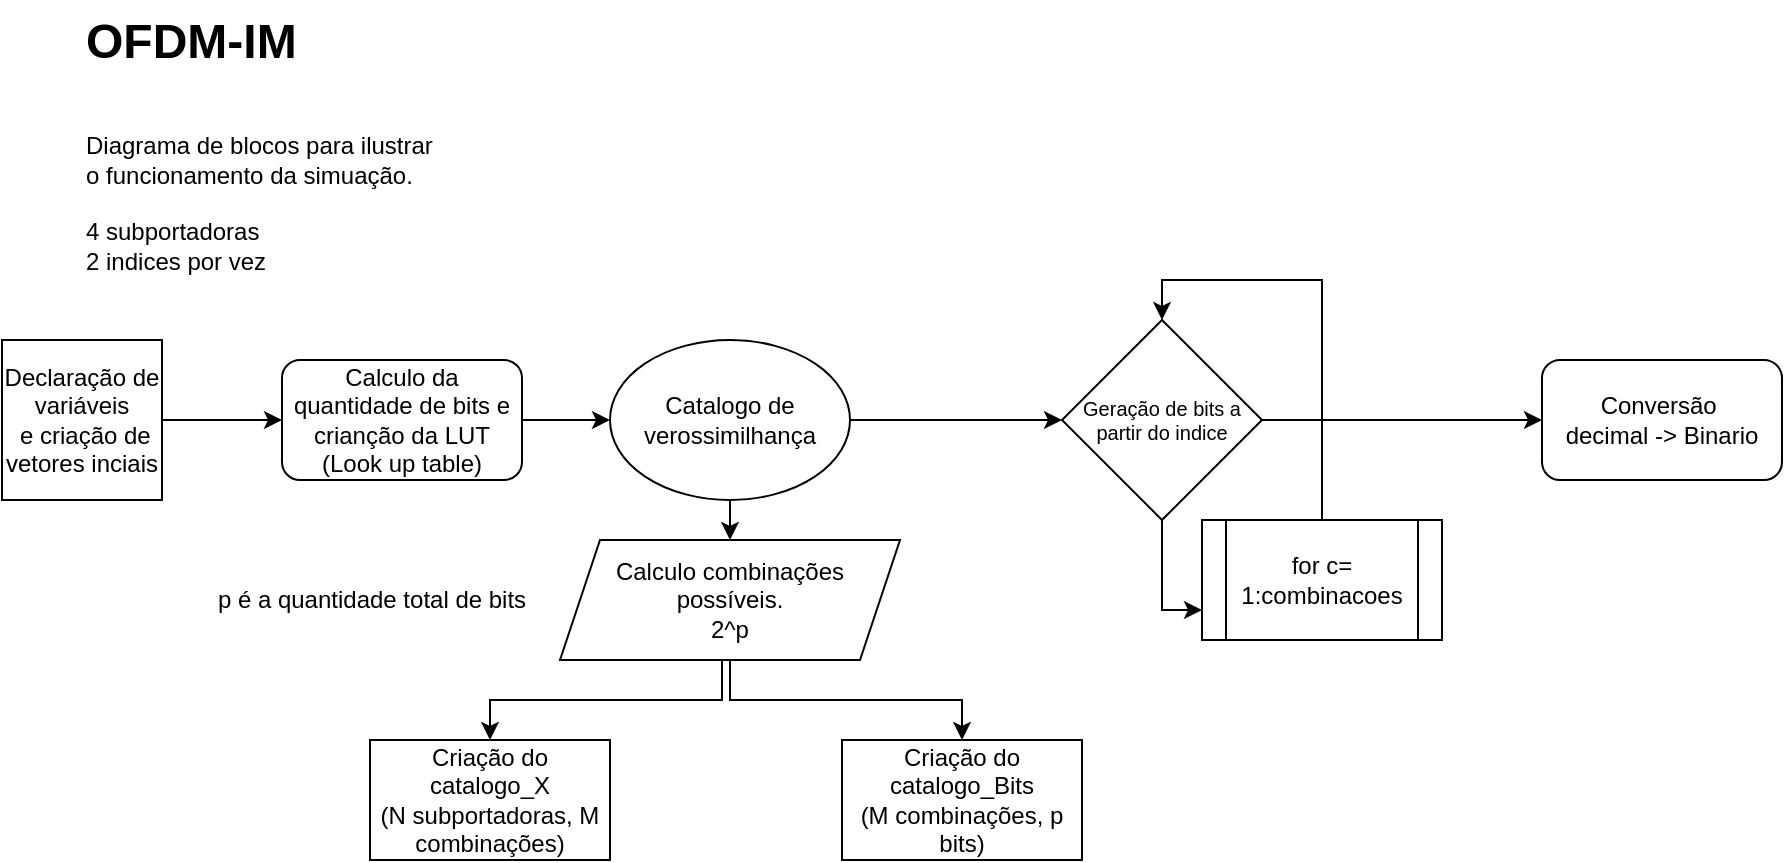
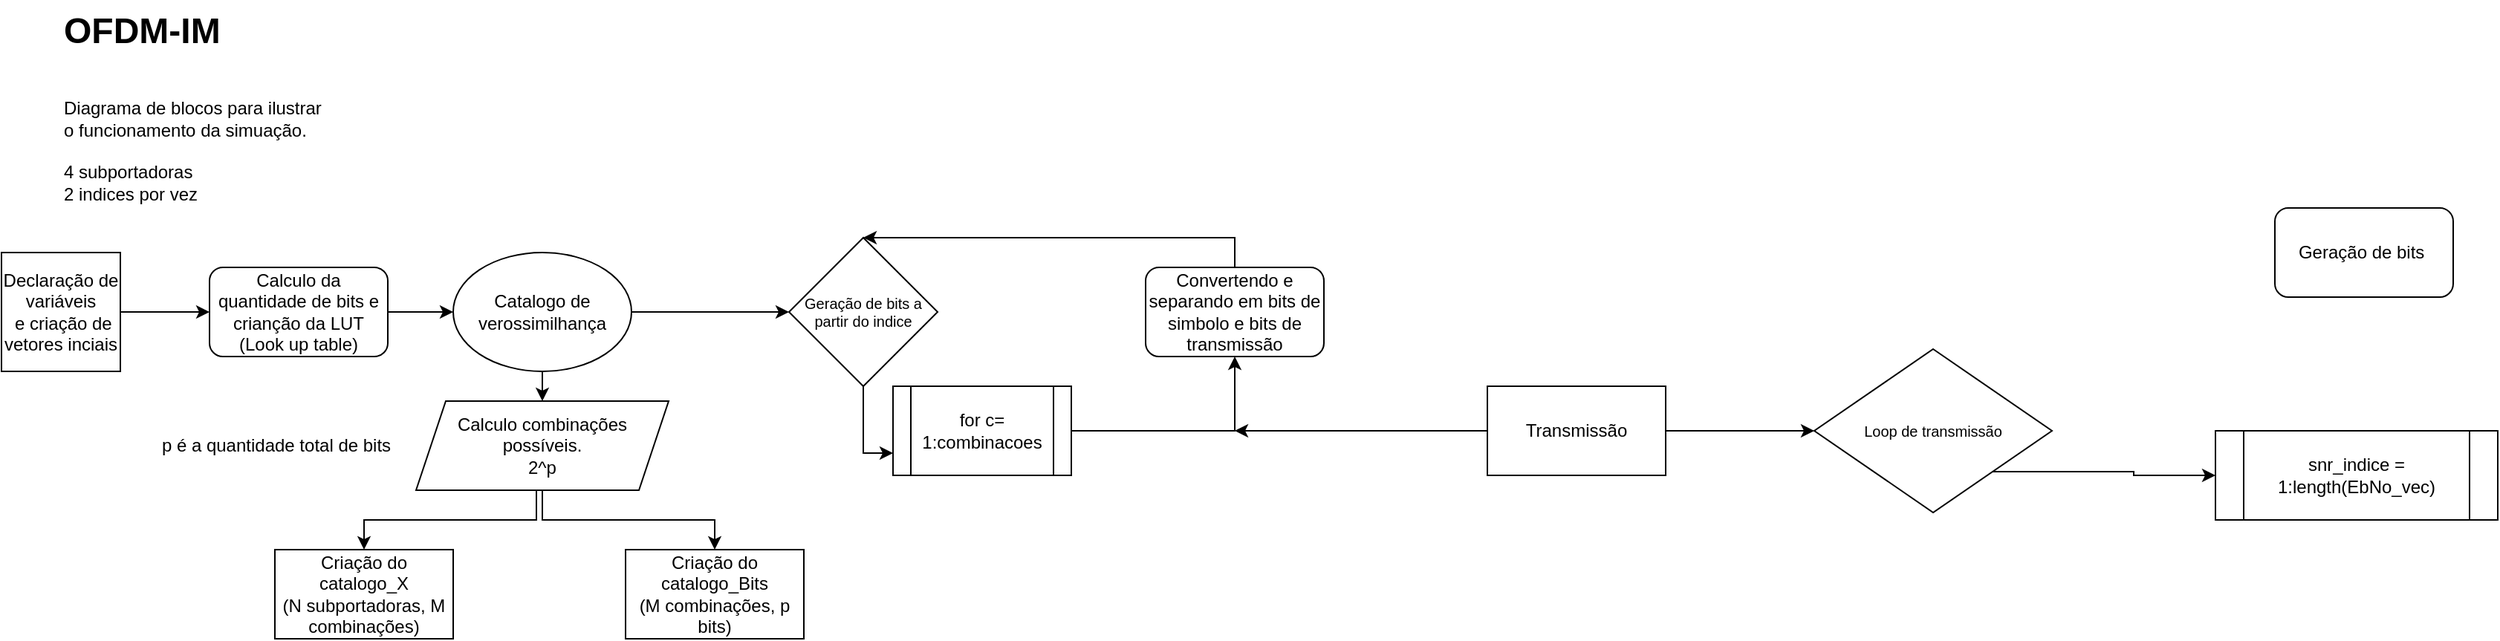
<mxfile host="Electron">
  <diagram name="Página-1" id="eY1vJN1nuY_pxmx5svwu">
-     <mxGraphModel dx="748" dy="477" grid="1" gridSize="10" guides="1" tooltips="1" connect="1" arrows="1" fold="1" page="1" pageScale="1" pageWidth="827" pageHeight="1169" math="0" shadow="0">
+     <mxGraphModel dx="905" dy="578" grid="1" gridSize="10" guides="1" tooltips="1" connect="1" arrows="1" fold="1" page="1" pageScale="1" pageWidth="900" pageHeight="1600" background="none" math="0" shadow="0">
      <root>
        <mxCell id="0" />
        <mxCell id="1" parent="0" />
        <mxCell id="REgwk8I1DM6G501pFP4I-1" parent="1" style="text;html=1;whiteSpace=wrap;overflow=hidden;rounded=0;" value="&lt;h1 style=&quot;margin-top: 0px;&quot;&gt;OFDM-IM&lt;/h1&gt;&lt;div&gt;&lt;br&gt;&lt;/div&gt;&lt;div&gt;Diagrama de blocos para ilustrar o funcionamento da simuação.&lt;br&gt;&lt;br&gt;4 subportadoras&lt;br&gt;2 indices por vez&lt;/div&gt;&lt;div&gt;&lt;br&gt;&lt;/div&gt;" vertex="1">
          <mxGeometry height="140" width="180" x="90" y="30" as="geometry" />
        </mxCell>
        <mxCell id="REgwk8I1DM6G501pFP4I-4" edge="1" parent="1" source="REgwk8I1DM6G501pFP4I-2" style="edgeStyle=orthogonalEdgeStyle;rounded=0;orthogonalLoop=1;jettySize=auto;html=1;entryX=0;entryY=0.5;entryDx=0;entryDy=0;" target="REgwk8I1DM6G501pFP4I-3">
          <mxGeometry relative="1" as="geometry" />
        </mxCell>
        <mxCell id="REgwk8I1DM6G501pFP4I-2" parent="1" style="whiteSpace=wrap;html=1;aspect=fixed;" value="Declaração de variáveis&lt;div&gt;&amp;nbsp;e criação de vetores inciais&lt;/div&gt;" vertex="1">
          <mxGeometry height="80" width="80" x="50" y="200" as="geometry" />
        </mxCell>
        <mxCell id="REgwk8I1DM6G501pFP4I-7" edge="1" parent="1" source="REgwk8I1DM6G501pFP4I-3" style="edgeStyle=orthogonalEdgeStyle;rounded=0;orthogonalLoop=1;jettySize=auto;html=1;entryX=0;entryY=0.5;entryDx=0;entryDy=0;" target="REgwk8I1DM6G501pFP4I-6">
          <mxGeometry relative="1" as="geometry" />
        </mxCell>
        <mxCell id="REgwk8I1DM6G501pFP4I-3" parent="1" style="rounded=1;whiteSpace=wrap;html=1;" value="Calculo da quantidade de bits e crianção da LUT (Look up table)" vertex="1">
          <mxGeometry height="60" width="120" x="190" y="210" as="geometry" />
        </mxCell>
        <mxCell id="REgwk8I1DM6G501pFP4I-10" edge="1" parent="1" source="REgwk8I1DM6G501pFP4I-6" style="edgeStyle=orthogonalEdgeStyle;rounded=0;orthogonalLoop=1;jettySize=auto;html=1;exitX=0.5;exitY=1;exitDx=0;exitDy=0;entryX=0.5;entryY=0;entryDx=0;entryDy=0;" target="REgwk8I1DM6G501pFP4I-9">
          <mxGeometry relative="1" as="geometry" />
        </mxCell>
        <mxCell id="YqNRsOfDPfKgCAsKnELr-10" edge="1" parent="1" source="REgwk8I1DM6G501pFP4I-6" style="edgeStyle=orthogonalEdgeStyle;rounded=0;orthogonalLoop=1;jettySize=auto;html=1;entryX=0;entryY=0.5;entryDx=0;entryDy=0;" target="YqNRsOfDPfKgCAsKnELr-5">
          <mxGeometry relative="1" as="geometry" />
        </mxCell>
        <mxCell id="REgwk8I1DM6G501pFP4I-6" parent="1" style="ellipse;whiteSpace=wrap;html=1;" value="Catalogo de verossimilhança" vertex="1">
          <mxGeometry height="80" width="120" x="354" y="200" as="geometry" />
        </mxCell>
        <mxCell id="YqNRsOfDPfKgCAsKnELr-3" edge="1" parent="1" source="REgwk8I1DM6G501pFP4I-9" style="edgeStyle=orthogonalEdgeStyle;rounded=0;orthogonalLoop=1;jettySize=auto;html=1;entryX=0.5;entryY=0;entryDx=0;entryDy=0;" target="YqNRsOfDPfKgCAsKnELr-1">
          <mxGeometry relative="1" as="geometry">
            <Array as="points">
              <mxPoint x="410" y="380" />
              <mxPoint x="294" y="380" />
            </Array>
          </mxGeometry>
        </mxCell>
        <mxCell id="YqNRsOfDPfKgCAsKnELr-4" edge="1" parent="1" source="REgwk8I1DM6G501pFP4I-9" style="edgeStyle=orthogonalEdgeStyle;rounded=0;orthogonalLoop=1;jettySize=auto;html=1;entryX=0.5;entryY=0;entryDx=0;entryDy=0;" target="YqNRsOfDPfKgCAsKnELr-2">
          <mxGeometry relative="1" as="geometry" />
        </mxCell>
        <mxCell id="REgwk8I1DM6G501pFP4I-9" parent="1" style="shape=parallelogram;perimeter=parallelogramPerimeter;whiteSpace=wrap;html=1;fixedSize=1;" value="Calculo combinações possíveis.&lt;br&gt;2^p" vertex="1">
          <mxGeometry height="60" width="170" x="329" y="300" as="geometry" />
        </mxCell>
        <mxCell id="REgwk8I1DM6G501pFP4I-13" parent="1" style="text;html=1;whiteSpace=wrap;strokeColor=none;fillColor=none;align=center;verticalAlign=middle;rounded=0;" value="p é a quantidade total de bits" vertex="1">
          <mxGeometry height="90" width="190" x="140" y="285" as="geometry" />
        </mxCell>
        <mxCell id="YqNRsOfDPfKgCAsKnELr-1" parent="1" style="rounded=0;whiteSpace=wrap;html=1;" value="Criação do catalogo_X&lt;br&gt;(N subportadoras, M combinações)" vertex="1">
          <mxGeometry height="60" width="120" x="234" y="400" as="geometry" />
        </mxCell>
        <mxCell id="YqNRsOfDPfKgCAsKnELr-2" parent="1" style="rounded=0;whiteSpace=wrap;html=1;" value="Criação do catalogo_Bits&lt;br&gt;(M combinações, p bits)" vertex="1">
          <mxGeometry height="60" width="120" x="470" y="400" as="geometry" />
        </mxCell>
-         <mxCell id="YqNRsOfDPfKgCAsKnELr-9" edge="1" parent="1" source="YqNRsOfDPfKgCAsKnELr-5" style="edgeStyle=orthogonalEdgeStyle;rounded=0;orthogonalLoop=1;jettySize=auto;html=1;">
-           <mxGeometry relative="1" as="geometry">
-             <mxPoint x="820" y="240" as="targetPoint" />
-           </mxGeometry>
-         </mxCell>
        <mxCell id="YqNRsOfDPfKgCAsKnELr-12" edge="1" parent="1" source="YqNRsOfDPfKgCAsKnELr-5" style="edgeStyle=orthogonalEdgeStyle;rounded=0;orthogonalLoop=1;jettySize=auto;html=1;entryX=0;entryY=0.75;entryDx=0;entryDy=0;" target="YqNRsOfDPfKgCAsKnELr-11">
          <mxGeometry relative="1" as="geometry">
            <mxPoint x="630" y="340" as="targetPoint" />
          </mxGeometry>
        </mxCell>
        <mxCell id="YqNRsOfDPfKgCAsKnELr-5" parent="1" style="rhombus;whiteSpace=wrap;html=1;fontSize=10;" value="Geração de bits a partir do indice" vertex="1">
          <mxGeometry height="100" width="100" x="580" y="190" as="geometry" />
        </mxCell>
        <mxCell id="YqNRsOfDPfKgCAsKnELr-7" edge="1" parent="1" source="YqNRsOfDPfKgCAsKnELr-5" style="edgeStyle=elbowEdgeStyle;rounded=0;orthogonalLoop=1;jettySize=auto;html=1;entryX=0.5;entryY=1;entryDx=0;entryDy=0;elbow=vertical;" target="YqNRsOfDPfKgCAsKnELr-5">
          <mxGeometry relative="1" as="geometry" />
        </mxCell>
-         <mxCell id="YqNRsOfDPfKgCAsKnELr-13" edge="1" parent="1" source="YqNRsOfDPfKgCAsKnELr-11" style="edgeStyle=orthogonalEdgeStyle;rounded=0;orthogonalLoop=1;jettySize=auto;html=1;entryX=0.5;entryY=0;entryDx=0;entryDy=0;" target="YqNRsOfDPfKgCAsKnELr-5">
+         <mxCell id="YqNRsOfDPfKgCAsKnELr-13" edge="1" parent="1" source="YqNRsOfDPfKgCAsKnELr-11" style="edgeStyle=orthogonalEdgeStyle;rounded=0;orthogonalLoop=1;jettySize=auto;html=1;entryX=0.5;entryY=1;entryDx=0;entryDy=0;" target="dw-ihd1jp6fGiwDdFZZ8-1">
          <mxGeometry relative="1" as="geometry" />
        </mxCell>
        <mxCell id="YqNRsOfDPfKgCAsKnELr-11" parent="1" style="shape=process;whiteSpace=wrap;html=1;backgroundOutline=1;" value="for c= 1:combinacoes" vertex="1">
          <mxGeometry height="60" width="120" x="650" y="290" as="geometry" />
        </mxCell>
-         <mxCell id="dw-ihd1jp6fGiwDdFZZ8-1" parent="1" style="rounded=1;whiteSpace=wrap;html=1;" value="Conversão&amp;nbsp;&lt;br&gt;decimal -&amp;gt; Binario" vertex="1">
+         <mxCell id="OyRS9MAFG74G7uk6nAhh-1" edge="1" parent="1" source="dw-ihd1jp6fGiwDdFZZ8-1" style="edgeStyle=orthogonalEdgeStyle;rounded=0;orthogonalLoop=1;jettySize=auto;html=1;entryX=0.5;entryY=0;entryDx=0;entryDy=0;exitX=0.5;exitY=0;exitDx=0;exitDy=0;" target="YqNRsOfDPfKgCAsKnELr-5">
+           <mxGeometry relative="1" as="geometry" />
+         </mxCell>
+         <mxCell id="dw-ihd1jp6fGiwDdFZZ8-1" parent="1" style="rounded=1;whiteSpace=wrap;html=1;" value="&lt;div&gt;Convertendo e separando em bits de simbolo e bits de transmissão&lt;/div&gt;" vertex="1">
          <mxGeometry height="60" width="120" x="820" y="210" as="geometry" />
+         </mxCell>
+         <mxCell id="OyRS9MAFG74G7uk6nAhh-3" edge="1" parent="1" source="OyRS9MAFG74G7uk6nAhh-2" style="edgeStyle=orthogonalEdgeStyle;rounded=0;orthogonalLoop=1;jettySize=auto;html=1;">
+           <mxGeometry relative="1" as="geometry">
+             <mxPoint x="880" y="320" as="targetPoint" />
+           </mxGeometry>
+         </mxCell>
+         <mxCell id="OyRS9MAFG74G7uk6nAhh-5" edge="1" parent="1" source="OyRS9MAFG74G7uk6nAhh-2" style="edgeStyle=orthogonalEdgeStyle;rounded=0;orthogonalLoop=1;jettySize=auto;html=1;entryX=0;entryY=0.5;entryDx=0;entryDy=0;" target="OyRS9MAFG74G7uk6nAhh-4">
+           <mxGeometry relative="1" as="geometry" />
+         </mxCell>
+         <mxCell id="OyRS9MAFG74G7uk6nAhh-2" parent="1" style="rounded=0;whiteSpace=wrap;html=1;" value="Transmissão" vertex="1">
+           <mxGeometry height="60" width="120" x="1050" y="290" as="geometry" />
+         </mxCell>
+         <mxCell id="OyRS9MAFG74G7uk6nAhh-8" edge="1" parent="1" source="OyRS9MAFG74G7uk6nAhh-4" style="edgeStyle=orthogonalEdgeStyle;rounded=0;orthogonalLoop=1;jettySize=auto;html=1;exitX=1;exitY=1;exitDx=0;exitDy=0;entryX=0;entryY=0.5;entryDx=0;entryDy=0;" target="OyRS9MAFG74G7uk6nAhh-7">
+           <mxGeometry relative="1" as="geometry" />
+         </mxCell>
+         <mxCell id="OyRS9MAFG74G7uk6nAhh-4" parent="1" style="rhombus;whiteSpace=wrap;html=1;fontSize=10;" value="&lt;div class=&quot;rtcContent&quot; style=&quot;padding: 30px; text-align: start;&quot;&gt;&lt;p style=&quot;&quot;&gt;Loop de transmissão&lt;/p&gt;&lt;/div&gt;" vertex="1">
+           <mxGeometry height="110" width="160" x="1270" y="265" as="geometry" />
+         </mxCell>
+         <mxCell id="OyRS9MAFG74G7uk6nAhh-7" parent="1" style="shape=process;whiteSpace=wrap;html=1;backgroundOutline=1;align=center;" value="&lt;div class=&quot;rtcContent&quot; style=&quot;padding: 30px;&quot;&gt;&lt;div class=&quot;lineNode&quot; style=&quot;&quot;&gt;snr_indice = 1:length(EbNo_vec)&lt;/div&gt;&lt;/div&gt;" vertex="1">
+           <mxGeometry height="60" width="190" x="1540" y="320" as="geometry" />
+         </mxCell>
+         <mxCell id="OyRS9MAFG74G7uk6nAhh-9" parent="1" style="rounded=1;whiteSpace=wrap;html=1;" value="&lt;div&gt;Geração de bits&amp;nbsp;&lt;/div&gt;" vertex="1">
+           <mxGeometry height="60" width="120" x="1580" y="170" as="geometry" />
        </mxCell>
      </root>
    </mxGraphModel>
  </diagram>
</mxfile>
